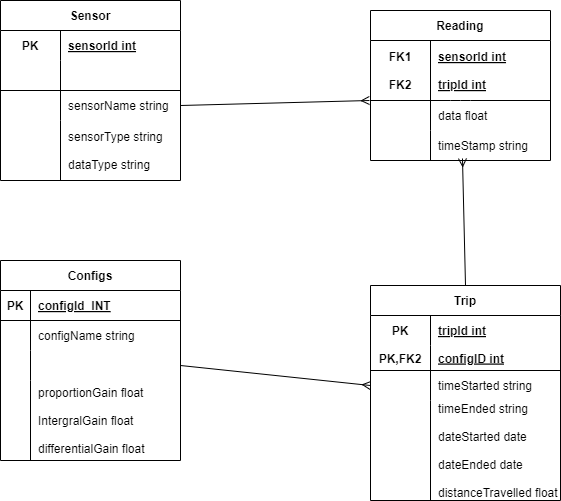
Earlier version of the draw.io export slap/docs/report/technicalSolution/erd.drawio.png (SailoBam/slap). Source tidied: cells renumbered, new cells last; positions are measured from the earlier drawing's top-left corner, leaving out a move shared by most shapes.
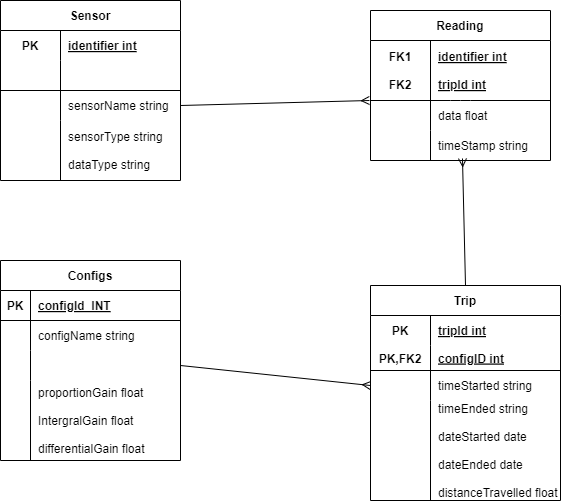
Above is the later version.

Change to the diagram source:
```diff
@@ -50,7 +50,7 @@
     <mxCell id="17" value="PK" style="shape=partialRectangle;fillColor=none;top=0;left=0;bottom=0;right=0;fontStyle=1;overflow=hidden;" parent="16" vertex="1">
       <mxGeometry width="60" height="30" as="geometry" />
     </mxCell>
-    <mxCell id="18" value="sensorId int" style="shape=partialRectangle;fillColor=none;top=0;left=0;bottom=0;right=0;align=left;spacingLeft=6;fontStyle=5;overflow=hidden;" parent="16" vertex="1">
+    <mxCell id="18" value="identifier int" style="shape=partialRectangle;fillColor=none;top=0;left=0;bottom=0;right=0;align=left;spacingLeft=6;fontStyle=5;overflow=hidden;" parent="16" vertex="1">
       <mxGeometry x="60" width="120" height="30" as="geometry" />
     </mxCell>
     <mxCell id="19" style="shape=tableRow;horizontal=0;startSize=0;swimlaneHead=0;swimlaneBody=0;fillColor=none;top=0;left=0;right=0;bottom=1;" parent="15" vertex="1">
@@ -89,7 +89,7 @@
     <mxCell id="30" value="FK1&#10;&#10;FK2" style="shape=partialRectangle;fillColor=none;top=0;left=0;bottom=0;right=0;fontStyle=1;overflow=hidden;" parent="29" vertex="1">
       <mxGeometry width="60" height="60" as="geometry" />
     </mxCell>
-    <mxCell id="31" value="sensorId int&#10;&#10;tripId int" style="shape=partialRectangle;fillColor=none;top=0;left=0;bottom=0;right=0;align=left;spacingLeft=6;fontStyle=5;overflow=hidden;" parent="29" vertex="1">
+    <mxCell id="31" value="identifier int&#10;&#10;tripId int" style="shape=partialRectangle;fillColor=none;top=0;left=0;bottom=0;right=0;align=left;spacingLeft=6;fontStyle=5;overflow=hidden;" parent="29" vertex="1">
       <mxGeometry x="60" width="120" height="60" as="geometry" />
     </mxCell>
     <mxCell id="32" style="shape=tableRow;horizontal=0;startSize=0;swimlaneHead=0;swimlaneBody=0;fillColor=none;points=[[0,0.5],[1,0.5]];portConstraint=eastwest;top=0;left=0;right=0;bottom=0;" parent="28" vertex="1">
```
